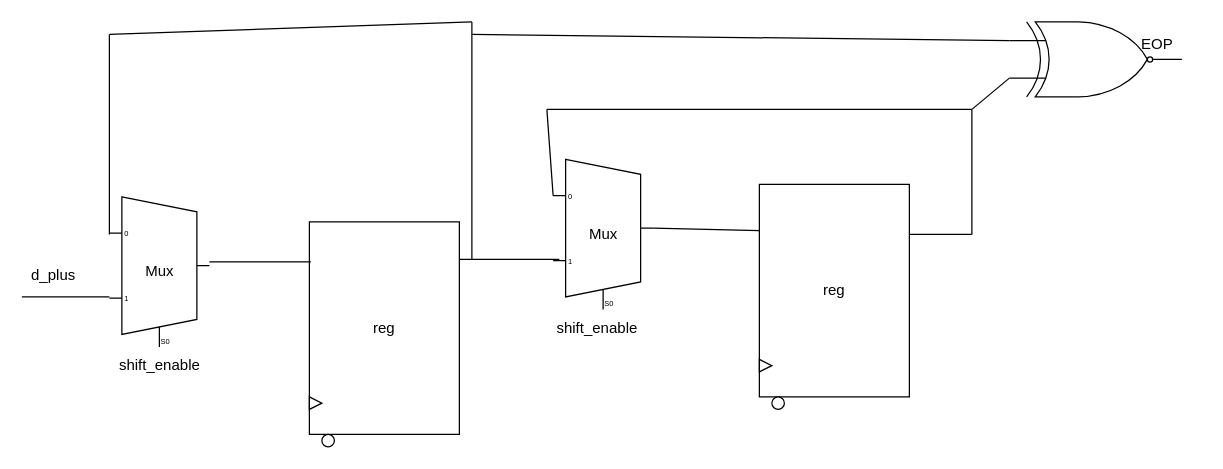
Earlier version of the draw.io diagram project/docs/decodeRTL.drawio (Mooyeonkim628/ECE337_ASIC_Design). Source tidied: cells renumbered, new cells numbered last; positions are measured from the earlier drawing's top-left corner, leaving out a move shared by most shapes. Both pictures are drawn from the tidied source at 125%, with x=0, y=0 at pixel (21, 21).
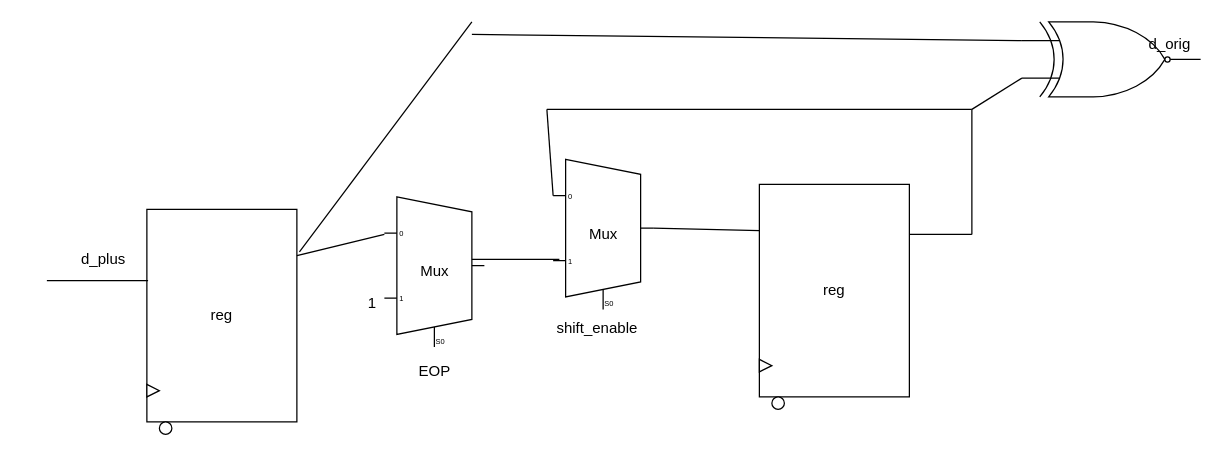
After the change.

Commit message (it also covers changes not shown here):
finished tb_decode

Diff of the diagram source:
```diff
@@
     <mxCell id="2" value="reg" style="rounded=0;whiteSpace=wrap;html=1;" parent="1" vertex="1">
-      <mxGeometry x="230" y="160" width="120" height="170" as="geometry" />
+      <mxGeometry x="100" y="150" width="120" height="170" as="geometry" />
     </mxCell>
     <mxCell id="3" style="ellipse;whiteSpace=wrap;html=1;" parent="1" vertex="1">
-      <mxGeometry x="240" y="330" width="10" height="10" as="geometry" />
+      <mxGeometry x="110" y="320" width="10" height="10" as="geometry" />
     </mxCell>
     <mxCell id="4" style="triangle;whiteSpace=wrap;html=1;" parent="1" vertex="1">
-      <mxGeometry x="230" y="300" width="10" height="10" as="geometry" />
+      <mxGeometry x="100" y="290" width="10" height="10" as="geometry" />
     </mxCell>
@@
-    <mxCell id="11" value="Mux" style="shadow=0;dashed=0;align=center;html=1;strokeWidth=1;shape=mxgraph.electrical.abstract.mux2;" parent="1" vertex="1">
-      <mxGeometry x="70" y="140" width="80" height="120" as="geometry" />
-    </mxCell>
-    <mxCell id="12" style="endArrow=none;html=1;entryX=0.01;entryY=0.188;entryDx=0;entryDy=0;entryPerimeter=0;" parent="1" edge="1" target="2">
-      <mxGeometry relative="1" as="geometry">
-        <mxPoint x="150" y="192" as="sourcePoint" />
-      </mxGeometry>
-    </mxCell>
@@
-    <mxCell id="18" value="shift_enable" style="text;html=1;align=center;verticalAlign=middle;" parent="1" vertex="1">
-      <mxGeometry x="70" y="265" width="80" height="20" as="geometry" />
-    </mxCell>
-    <mxCell id="19" style="endArrow=none;html=1;" parent="1" edge="1">
+    <mxCell id="19" style="endArrow=none;html=1;exitX=1.017;exitY=0.2;exitDx=0;exitDy=0;exitPerimeter=0;" parent="1" edge="1" source="2">
       <mxGeometry relative="1" as="geometry">
-        <mxPoint x="360" y="190" as="sourcePoint" />
         <mxPoint x="360" as="targetPoint" />
       </mxGeometry>
     </mxCell>
-    <mxCell id="20" style="endArrow=none;html=1;" parent="1" edge="1">
-      <mxGeometry relative="1" as="geometry">
-        <mxPoint x="70" y="10" as="sourcePoint" />
-        <mxPoint x="360" as="targetPoint" />
-      </mxGeometry>
-    </mxCell>
-    <mxCell id="21" style="endArrow=none;html=1;" parent="1" edge="1">
-      <mxGeometry relative="1" as="geometry">
-        <mxPoint x="70" y="170" as="sourcePoint" />
-        <mxPoint x="70" y="10" as="targetPoint" />
-      </mxGeometry>
-    </mxCell>
-    <mxCell id="22" style="endArrow=none;html=1;" parent="1" edge="1">
+    <mxCell id="22" style="endArrow=none;html=1;entryX=0.008;entryY=0.335;entryDx=0;entryDy=0;entryPerimeter=0;" parent="1" edge="1" target="2">
       <mxGeometry relative="1" as="geometry">
-        <mxPoint y="220" as="sourcePoint" />
-        <mxPoint x="70" y="220" as="targetPoint" />
+        <mxPoint x="20" y="207" as="sourcePoint" />
       </mxGeometry>
     </mxCell>
     <mxCell id="23" value="d_plus" style="text;html=1;align=center;verticalAlign=middle;" parent="1" vertex="1">
-      <mxGeometry y="193" width="50" height="20" as="geometry" />
+      <mxGeometry x="40" y="180" width="50" height="20" as="geometry" />
     </mxCell>
@@
     <mxCell id="25" style="verticalLabelPosition=bottom;shadow=0;dashed=0;align=center;html=1;verticalAlign=top;shape=mxgraph.electrical.logic_gates.logic_gate;operation=xor;negating=1;" parent="1" vertex="1">
-      <mxGeometry x="790" width="138" height="60" as="geometry" />
+      <mxGeometry x="800" width="143" height="60" as="geometry" />
     </mxCell>
-    <mxCell id="26" value="EOP" style="text;html=1;align=center;verticalAlign=middle;" parent="25" vertex="1">
-      <mxGeometry x="98" y="8" width="40" height="20" as="geometry" />
+    <mxCell id="26" value="d_orig" style="text;html=1;align=center;verticalAlign=middle;" parent="25" vertex="1">
+      <mxGeometry x="93" y="8" width="50" height="20" as="geometry" />
     </mxCell>
@@
+    <mxCell id="11" value="Mux" style="shadow=0;dashed=0;align=center;html=1;strokeWidth=1;shape=mxgraph.electrical.abstract.mux2;" parent="1" vertex="1">
+      <mxGeometry x="290" y="140" width="80" height="120" as="geometry" />
+    </mxCell>
+    <mxCell id="28" value="EOP" style="text;html=1;align=center;verticalAlign=middle;" parent="1" vertex="1">
+      <mxGeometry x="310" y="270" width="40" height="20" as="geometry" />
+    </mxCell>
+    <mxCell id="29" value="1" style="text;html=1;align=center;verticalAlign=middle;" parent="1" vertex="1">
+      <mxGeometry x="270" y="215" width="20" height="20" as="geometry" />
+    </mxCell>
+    <mxCell id="30" style="endArrow=none;html=1;exitX=1;exitY=0.218;exitDx=0;exitDy=0;exitPerimeter=0;" parent="1" edge="1" source="2">
+      <mxGeometry relative="1" as="geometry">
+        <mxPoint x="290" y="170" as="targetPoint" />
+      </mxGeometry>
+    </mxCell>
```
